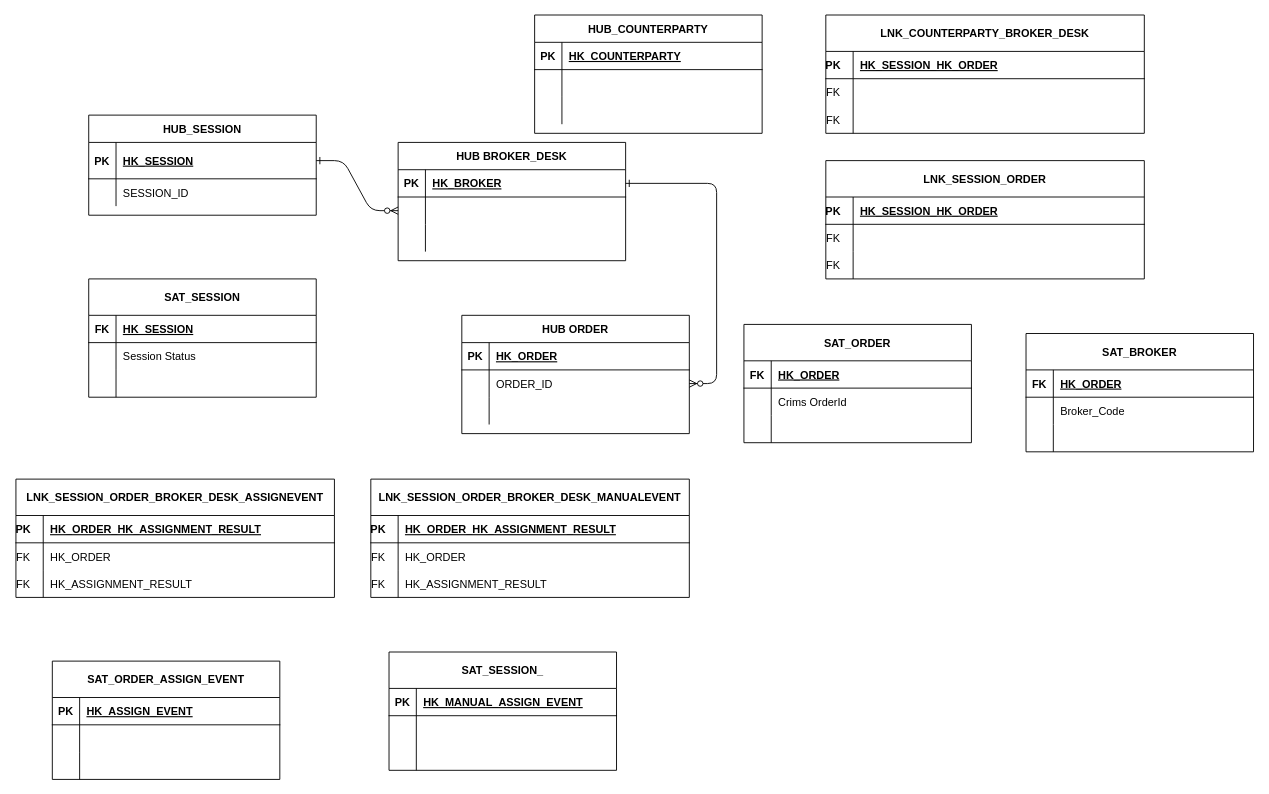
Earlier version of the draw.io diagram docs/Untitled Diagram.drawio (cleancoder27/datavault). Source tidied: cells renumbered, new cells numbered last; positions are measured from the earlier drawing's top-left corner, leaving out a move shared by most shapes. Both pictures are drawn from the tidied source at 91%, with x=0, y=0 at pixel (15, 15).
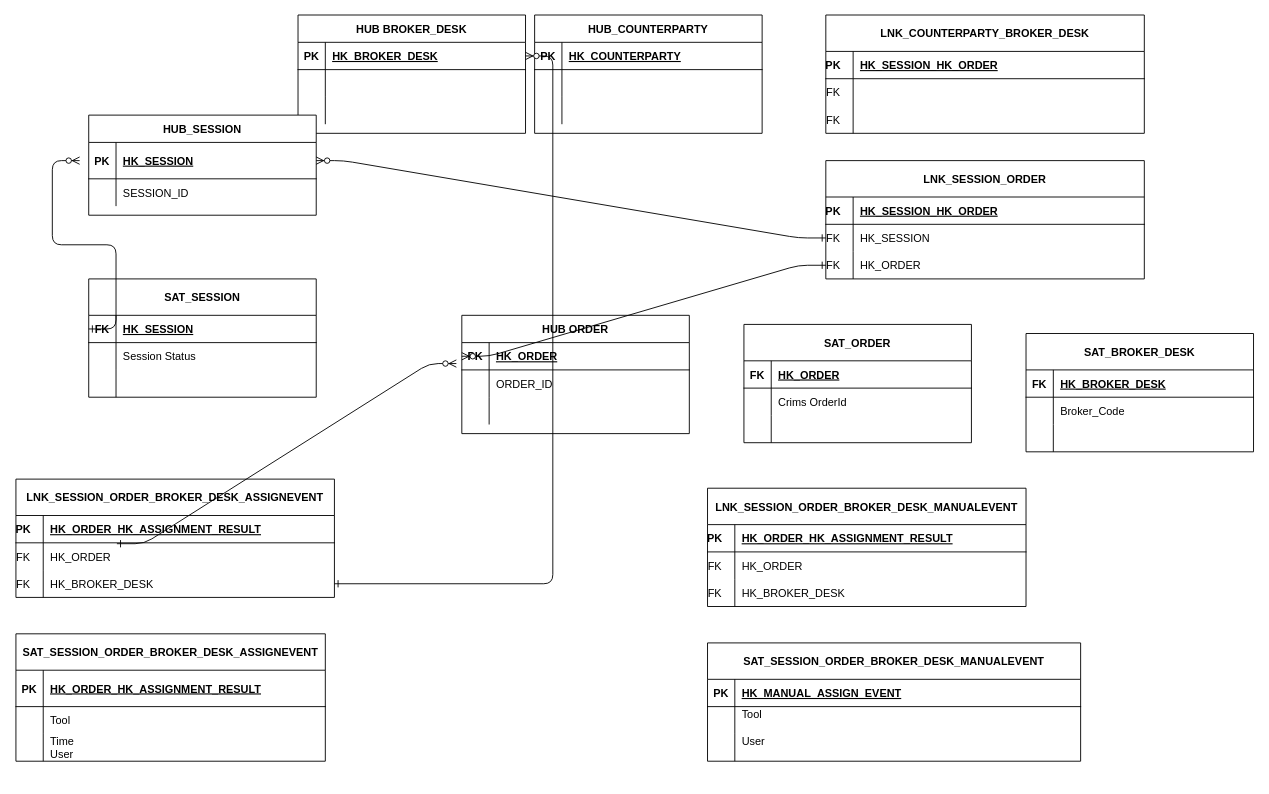
The same diagram, later.

Unchanged cells that the change refers to:
```xml
<mxCell id="5" style="shape=partialRectangle;fillColor=none;points=[[0,0.5],[1,0.5]];portConstraint=eastwest;top=0;left=0;right=0;bottom=1;" parent="4" vertex="1">
  <mxGeometry y="30" width="250" height="30" as="geometry" />
</mxCell>
<mxCell id="8" style="shape=partialRectangle;fillColor=none;points=[[0,0.5],[1,0.5]];portConstraint=eastwest;top=0;left=0;right=0;bottom=0;" parent="4" vertex="1">
  <mxGeometry y="60" width="250" height="30" as="geometry" />
</mxCell>
<mxCell id="15" style="shape=partialRectangle;fillColor=none;points=[[0,0.5],[1,0.5]];portConstraint=eastwest;top=0;left=0;right=0;bottom=1;" parent="14" vertex="1">
  <mxGeometry y="30" width="250" height="30" as="geometry" />
</mxCell>
<mxCell id="18" style="shape=partialRectangle;fillColor=none;points=[[0,0.5],[1,0.5]];portConstraint=eastwest;top=0;left=0;right=0;bottom=0;" parent="14" vertex="1">
  <mxGeometry y="60" width="250" height="30" as="geometry" />
</mxCell>
<mxCell id="25" style="shape=partialRectangle;fillColor=none;points=[[0,0.5],[1,0.5]];portConstraint=eastwest;top=0;left=0;right=0;bottom=1;" parent="24" vertex="1">
  <mxGeometry y="30" width="250" height="40" as="geometry" />
</mxCell>
<mxCell id="32" style="shape=partialRectangle;fillColor=none;points=[[0,0.5],[1,0.5]];portConstraint=eastwest;top=0;left=0;right=0;bottom=1;" parent="31" vertex="1">
  <mxGeometry y="40" width="250" height="30" as="geometry" />
</mxCell>
<mxCell id="75" style="shape=partialRectangle;fillColor=none;points=[[0,0.5],[1,0.5]];portConstraint=eastwest;top=0;left=0;right=0;bottom=0;" parent="71" vertex="1">
  <mxGeometry y="70" width="350" height="30" as="geometry" />
</mxCell>
<mxCell id="78" style="shape=partialRectangle;fillColor=none;points=[[0,0.5],[1,0.5]];portConstraint=eastwest;top=0;left=0;right=0;bottom=0;" parent="71" vertex="1">
  <mxGeometry y="100" width="350" height="30" as="geometry" />
</mxCell>
<mxCell id="88" style="shape=partialRectangle;fillColor=none;top=0;left=0;right=0;bottom=0;" parent="81" vertex="1">
  <mxGeometry y="100" width="350" height="30" as="geometry" />
</mxCell>
<mxCell id="95" style="shape=partialRectangle;fillColor=none;points=[[0,0.5],[1,0.5]];portConstraint=eastwest;top=0;left=0;right=0;bottom=0;" parent="91" vertex="1">
  <mxGeometry y="70" width="350" height="30" as="geometry" />
</mxCell>
<mxCell id="98" style="shape=partialRectangle;fillColor=none;points=[[0,0.5],[1,0.5]];portConstraint=eastwest;top=0;left=0;right=0;bottom=0;" parent="91" vertex="1">
  <mxGeometry y="100" width="350" height="30" as="geometry" />
</mxCell>
<mxCell id="122" style="shape=partialRectangle;fillColor=none;top=0;left=0;right=0;bottom=1;" parent="121" vertex="1">
  <mxGeometry y="40" width="250" height="30" as="geometry" />
</mxCell>
```

Diff of the diagram source:
```diff
@@
-    <mxCell id="2" style="edgeStyle=entityRelationEdgeStyle;endArrow=ERzeroToMany;startArrow=ERone;endFill=1;startFill=0;" parent="1" edge="1" source="25" target="8">
-      <mxGeometry relative="1" as="geometry" />
-    </mxCell>
-    <mxCell id="3" style="edgeStyle=entityRelationEdgeStyle;endArrow=ERzeroToMany;startArrow=ERone;endFill=1;startFill=0;" parent="1" edge="1" source="5" target="18">
-      <mxGeometry relative="1" as="geometry" />
-    </mxCell>
     <mxCell id="4" value="HUB BROKER_DESK" style="shape=table;startSize=30;childLayout=tableLayout;rowLines=0;fontStyle=1;align=center;" parent="1" vertex="1">
-      <mxGeometry x="420" y="140" width="250" height="130" as="geometry" />
+      <mxGeometry x="310" width="250" height="130" as="geometry" />
     </mxCell>
@@
-    <mxCell id="7" value="HK_BROKER" style="shape=partialRectangle;overflow=hidden;fillColor=none;top=0;left=0;bottom=0;right=0;align=left;spacingLeft=6;fontStyle=5;" parent="5" vertex="1">
+    <mxCell id="7" value="HK_BROKER_DESK" style="shape=partialRectangle;overflow=hidden;fillColor=none;top=0;left=0;bottom=0;right=0;align=left;spacingLeft=6;fontStyle=5;" parent="5" vertex="1">
       <mxGeometry x="30" width="220" height="30" as="geometry" />
     </mxCell>
@@
-    <mxCell id="51" value="SAT_ORDER_ASSIGN_EVENT" style="shape=table;startSize=40;childLayout=tableLayout;rowLines=0;fontStyle=1;align=center;" parent="1" vertex="1">
-      <mxGeometry x="40" y="710" width="250" height="130" as="geometry" />
+    <mxCell id="51" value="SAT_SESSION_ORDER_BROKER_DESK_ASSIGNEVENT" style="shape=table;startSize=40;childLayout=tableLayout;rowLines=0;fontStyle=1;align=center;" parent="1" vertex="1">
+      <mxGeometry y="680" width="340" height="140" as="geometry" />
     </mxCell>
     <mxCell id="52" style="shape=partialRectangle;fillColor=none;top=0;left=0;right=0;bottom=1;" parent="51" vertex="1">
-      <mxGeometry y="40" width="250" height="30" as="geometry" />
+      <mxGeometry y="40" width="340" height="40" as="geometry" />
     </mxCell>
     <mxCell id="53" value="PK" style="shape=partialRectangle;overflow=hidden;fillColor=none;top=0;left=0;bottom=0;right=0;fontStyle=1;" parent="52" vertex="1">
-      <mxGeometry width="30" height="30" as="geometry" />
+      <mxGeometry width="30" height="40" as="geometry" />
     </mxCell>
-    <mxCell id="54" value="HK_ASSIGN_EVENT" style="shape=partialRectangle;overflow=hidden;fillColor=none;top=0;left=0;bottom=0;right=0;align=left;spacingLeft=6;fontStyle=5;" parent="52" vertex="1">
-      <mxGeometry x="30" width="220" height="30" as="geometry" />
+    <mxCell id="54" value="HK_ORDER_HK_ASSIGNMENT_RESULT" style="shape=partialRectangle;overflow=hidden;fillColor=none;top=0;left=0;bottom=0;right=0;align=left;spacingLeft=6;fontStyle=5;" parent="52" vertex="1">
+      <mxGeometry x="30" width="310" height="40" as="geometry" />
     </mxCell>
     <mxCell id="55" style="shape=partialRectangle;fillColor=none;top=0;left=0;right=0;bottom=0;" parent="51" vertex="1">
-      <mxGeometry y="70" width="250" height="30" as="geometry" />
+      <mxGeometry y="80" width="340" height="30" as="geometry" />
     </mxCell>
@@
-    <mxCell id="57" style="shape=partialRectangle;overflow=hidden;fillColor=none;top=0;left=0;bottom=0;right=0;align=left;spacingLeft=6;" parent="55" vertex="1">
-      <mxGeometry x="30" width="220" height="30" as="geometry" />
+    <mxCell id="57" value="Tool" style="shape=partialRectangle;overflow=hidden;fillColor=none;top=0;left=0;bottom=0;right=0;align=left;spacingLeft=6;" parent="55" vertex="1">
+      <mxGeometry x="30" width="310" height="30" as="geometry" />
     </mxCell>
     <mxCell id="58" style="shape=partialRectangle;fillColor=none;top=0;left=0;right=0;bottom=0;" parent="51" vertex="1">
-      <mxGeometry y="100" width="250" height="30" as="geometry" />
+      <mxGeometry y="110" width="340" height="30" as="geometry" />
     </mxCell>
@@
-    <mxCell id="60" style="shape=partialRectangle;overflow=hidden;fillColor=none;top=0;left=0;bottom=0;right=0;align=left;spacingLeft=6;" parent="58" vertex="1">
-      <mxGeometry x="30" width="220" height="30" as="geometry" />
+    <mxCell id="60" value="Time&#10;User" style="shape=partialRectangle;overflow=hidden;fillColor=none;top=0;left=0;bottom=0;right=0;align=left;spacingLeft=6;" parent="58" vertex="1">
+      <mxGeometry x="30" width="310" height="30" as="geometry" />
     </mxCell>
-    <mxCell id="61" value="SAT_SESSION_" style="shape=table;startSize=40;childLayout=tableLayout;rowLines=0;fontStyle=1;align=center;" parent="1" vertex="1">
-      <mxGeometry x="410" y="700" width="250" height="130" as="geometry" />
+    <mxCell id="61" value="SAT_SESSION_ORDER_BROKER_DESK_MANUALEVENT" style="shape=table;startSize=40;childLayout=tableLayout;rowLines=0;fontStyle=1;align=center;" parent="1" vertex="1">
+      <mxGeometry x="760" y="690" width="410" height="130" as="geometry" />
     </mxCell>
     <mxCell id="62" style="shape=partialRectangle;fillColor=none;top=0;left=0;right=0;bottom=1;" parent="61" vertex="1">
-      <mxGeometry y="40" width="250" height="30" as="geometry" />
+      <mxGeometry y="40" width="410" height="30" as="geometry" />
     </mxCell>
@@
     <mxCell id="64" value="HK_MANUAL_ASSIGN_EVENT" style="shape=partialRectangle;overflow=hidden;fillColor=none;top=0;left=0;bottom=0;right=0;align=left;spacingLeft=6;fontStyle=5;" parent="62" vertex="1">
-      <mxGeometry x="30" width="220" height="30" as="geometry" />
+      <mxGeometry x="30" width="380" height="30" as="geometry" />
     </mxCell>
     <mxCell id="65" style="shape=partialRectangle;fillColor=none;top=0;left=0;right=0;bottom=0;" parent="61" vertex="1">
-      <mxGeometry y="70" width="250" height="30" as="geometry" />
+      <mxGeometry y="70" width="410" height="30" as="geometry" />
     </mxCell>
@@
-    <mxCell id="67" style="shape=partialRectangle;overflow=hidden;fillColor=none;top=0;left=0;bottom=0;right=0;align=left;spacingLeft=6;" parent="65" vertex="1">
-      <mxGeometry x="30" width="220" height="30" as="geometry" />
+    <mxCell id="67" value="Tool&#10;" style="shape=partialRectangle;overflow=hidden;fillColor=none;top=0;left=0;bottom=0;right=0;align=left;spacingLeft=6;" parent="65" vertex="1">
+      <mxGeometry x="30" width="380" height="30" as="geometry" />
     </mxCell>
     <mxCell id="68" style="shape=partialRectangle;fillColor=none;top=0;left=0;right=0;bottom=0;" parent="61" vertex="1">
-      <mxGeometry y="100" width="250" height="30" as="geometry" />
+      <mxGeometry y="100" width="410" height="30" as="geometry" />
     </mxCell>
@@
-    <mxCell id="70" style="shape=partialRectangle;overflow=hidden;fillColor=none;top=0;left=0;bottom=0;right=0;align=left;spacingLeft=6;" parent="68" vertex="1">
-      <mxGeometry x="30" width="220" height="30" as="geometry" />
+    <mxCell id="70" value="User&#10;" style="shape=partialRectangle;overflow=hidden;fillColor=none;top=0;left=0;bottom=0;right=0;align=left;spacingLeft=6;" parent="68" vertex="1">
+      <mxGeometry x="30" width="380" height="30" as="geometry" />
     </mxCell>
@@
-    <mxCell id="80" value="HK_ASSIGNMENT_RESULT" style="shape=partialRectangle;overflow=hidden;fillColor=none;top=0;left=0;bottom=0;right=0;align=left;spacingLeft=6;" parent="78" vertex="1">
+    <mxCell id="80" value="HK_BROKER_DESK" style="shape=partialRectangle;overflow=hidden;fillColor=none;top=0;left=0;bottom=0;right=0;align=left;spacingLeft=6;" parent="78" vertex="1">
       <mxGeometry x="30" width="320" height="30" as="geometry" />
     </mxCell>
     <mxCell id="81" value="LNK_SESSION_ORDER_BROKER_DESK_MANUALEVENT" style="shape=table;startSize=40;childLayout=tableLayout;rowLines=0;fontStyle=1;align=center;" parent="1" vertex="1">
-      <mxGeometry x="390" y="510" width="350" height="130" as="geometry" />
+      <mxGeometry x="760" y="520" width="350" height="130" as="geometry" />
     </mxCell>
@@
-    <mxCell id="90" value="HK_ASSIGNMENT_RESULT" style="shape=partialRectangle;overflow=hidden;fillColor=none;top=0;left=0;bottom=0;right=0;align=left;spacingLeft=6;" parent="88" vertex="1">
+    <mxCell id="90" value="HK_BROKER_DESK" style="shape=partialRectangle;overflow=hidden;fillColor=none;top=0;left=0;bottom=0;right=0;align=left;spacingLeft=6;" parent="88" vertex="1">
       <mxGeometry x="30" width="320" height="30" as="geometry" />
     </mxCell>
@@
-    <mxCell id="97" style="shape=partialRectangle;overflow=hidden;fillColor=none;top=0;left=0;bottom=0;right=0;align=left;spacingLeft=6;" parent="95" vertex="1">
+    <mxCell id="97" value="HK_SESSION" style="shape=partialRectangle;overflow=hidden;fillColor=none;top=0;left=0;bottom=0;right=0;align=left;spacingLeft=6;" parent="95" vertex="1">
       <mxGeometry x="30" width="320" height="30" as="geometry" />
     </mxCell>
@@
-    <mxCell id="100" style="shape=partialRectangle;overflow=hidden;fillColor=none;top=0;left=0;bottom=0;right=0;align=left;spacingLeft=6;" parent="98" vertex="1">
+    <mxCell id="100" value="HK_ORDER" style="shape=partialRectangle;overflow=hidden;fillColor=none;top=0;left=0;bottom=0;right=0;align=left;spacingLeft=6;" parent="98" vertex="1">
       <mxGeometry x="30" width="320" height="30" as="geometry" />
     </mxCell>
@@
-    <mxCell id="121" value="SAT_BROKER" style="shape=table;startSize=40;childLayout=tableLayout;rowLines=0;fontStyle=1;align=center;" parent="1" vertex="1">
+    <mxCell id="121" value="SAT_BROKER_DESK" style="shape=table;startSize=40;childLayout=tableLayout;rowLines=0;fontStyle=1;align=center;" parent="1" vertex="1">
       <mxGeometry x="1110" y="350" width="250" height="130" as="geometry" />
     </mxCell>
@@
-    <mxCell id="124" value="HK_ORDER" style="shape=partialRectangle;overflow=hidden;fillColor=none;top=0;left=0;bottom=0;right=0;align=left;spacingLeft=6;fontStyle=5;" parent="122" vertex="1">
+    <mxCell id="124" value="HK_BROKER_DESK" style="shape=partialRectangle;overflow=hidden;fillColor=none;top=0;left=0;bottom=0;right=0;align=left;spacingLeft=6;fontStyle=5;" parent="122" vertex="1">
       <mxGeometry x="30" width="220" height="30" as="geometry" />
     </mxCell>
@@
+    <mxCell id="131" style="edgeStyle=entityRelationEdgeStyle;endArrow=ERzeroToMany;startArrow=ERone;endFill=1;startFill=0;exitX=0;exitY=0.5;exitDx=0;exitDy=0;" parent="1" edge="1" source="32">
+      <mxGeometry relative="1" as="geometry">
+        <mxPoint x="70" y="160" as="targetPoint" />
+      </mxGeometry>
+    </mxCell>
+    <mxCell id="132" style="edgeStyle=entityRelationEdgeStyle;endArrow=ERzeroToMany;startArrow=ERone;endFill=1;startFill=0;" parent="1" edge="1" source="95" target="25">
+      <mxGeometry relative="1" as="geometry" />
+    </mxCell>
+    <mxCell id="133" style="edgeStyle=entityRelationEdgeStyle;endArrow=ERzeroToMany;startArrow=ERone;endFill=1;startFill=0;entryX=0;entryY=0.5;entryDx=0;entryDy=0;" parent="1" edge="1" source="98" target="15">
+      <mxGeometry relative="1" as="geometry" />
+    </mxCell>
+    <mxCell id="134" style="edgeStyle=entityRelationEdgeStyle;endArrow=ERzeroToMany;startArrow=ERone;endFill=1;startFill=0;entryX=-0.024;entryY=0.767;entryDx=0;entryDy=0;exitX=0.317;exitY=0.033;exitDx=0;exitDy=0;exitPerimeter=0;entryPerimeter=0;" parent="1" edge="1" source="75" target="15">
+      <mxGeometry relative="1" as="geometry" />
+    </mxCell>
+    <mxCell id="135" style="edgeStyle=entityRelationEdgeStyle;endArrow=ERzeroToMany;startArrow=ERone;endFill=1;startFill=0;" parent="1" edge="1" source="78" target="5">
+      <mxGeometry relative="1" as="geometry" />
+    </mxCell>
```
